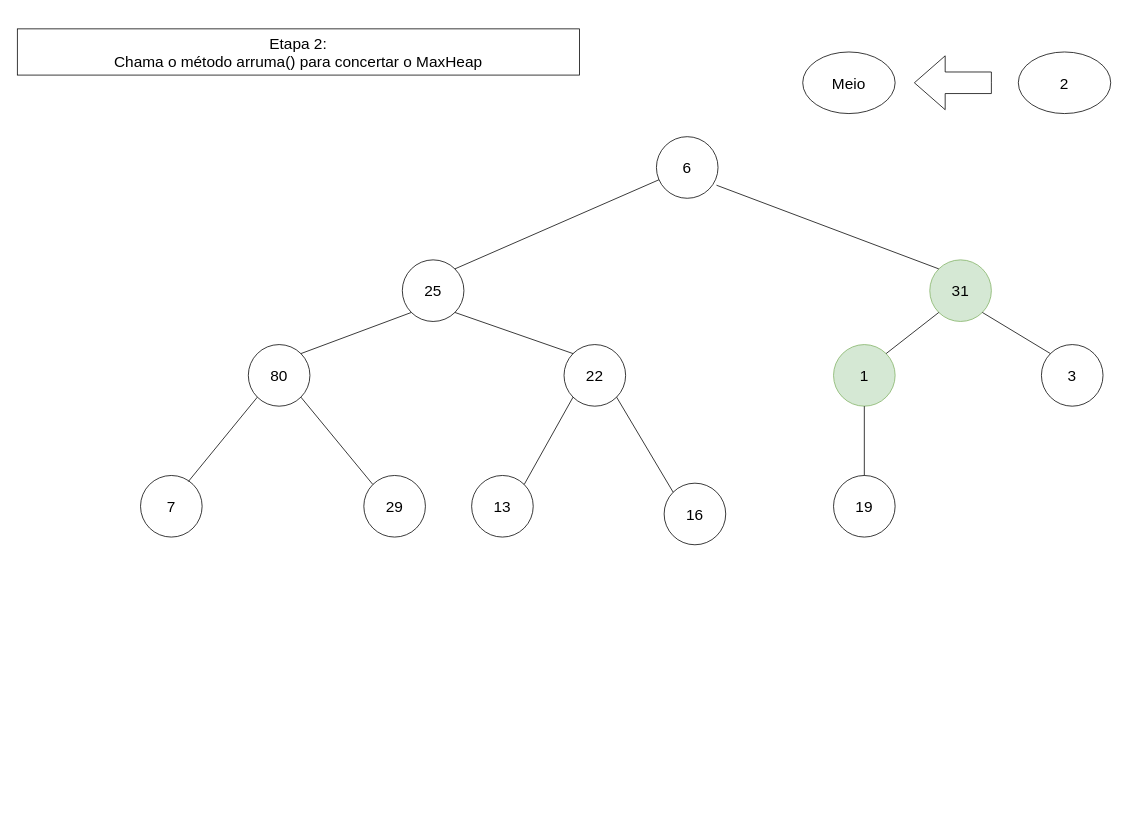
Xang0/Diagramas-de-Estruturas-de-Dado keeps this draw.io diagram as page "Etapa 10" (11 of 21) of Diagrama_Heap.drawio. Above is the earlier version. Source tidied: cells renumbered, new cells numbered last; positions are measured from the earlier drawing's top-left corner, leaving out a move shared by most shapes. Both pictures are drawn from the tidied source at 77%, with x=0, y=0 at pixel (17, 28).
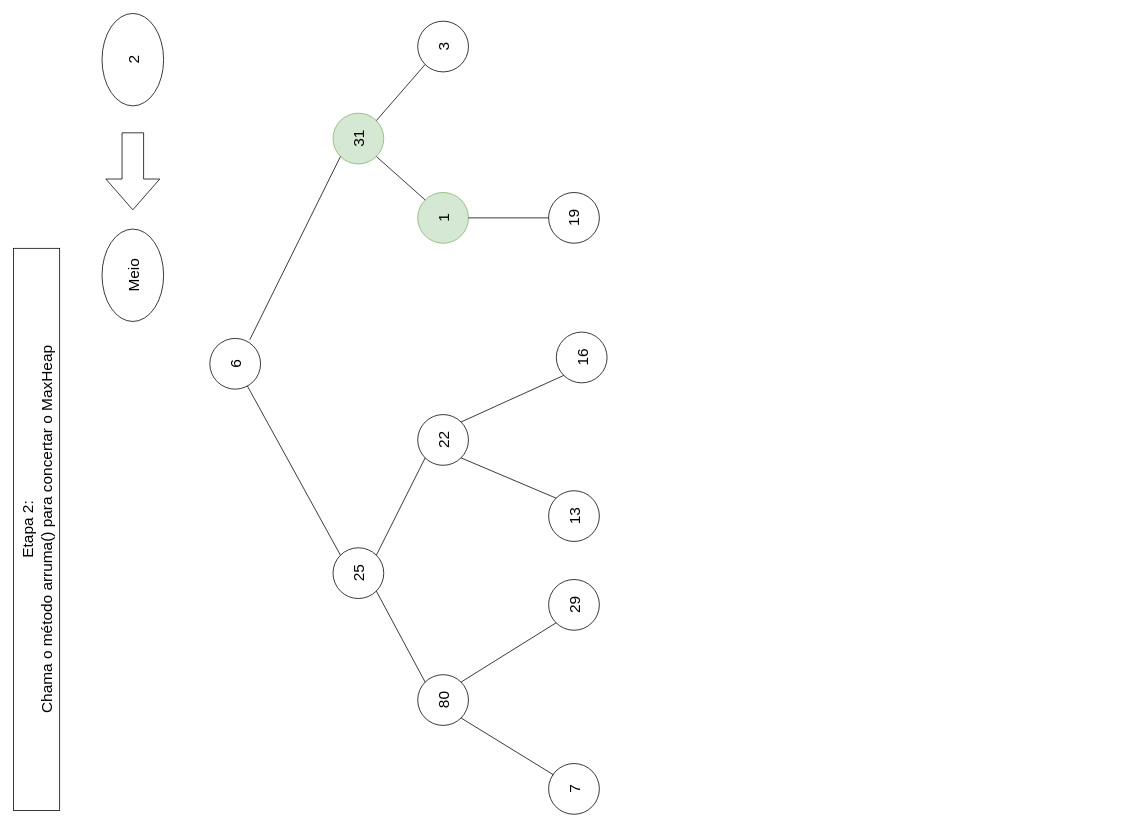
Above is the later version.

Change to the diagram source:
```diff
@@
+    <mxCell id="25" value="&lt;font style=&quot;font-size: 20px;&quot;&gt;Etapa 2:&lt;br&gt;Chama o método arruma() para concertar o MaxHeap&lt;br&gt;&lt;/font&gt;" style="rounded=0;whiteSpace=wrap;html=1;rotation=-90;" parent="1" vertex="1">
+      <mxGeometry x="-340" y="620" width="730" height="60" as="geometry" />
+    </mxCell>
+    <mxCell id="26" value="&lt;font style=&quot;font-size: 20px;&quot;&gt;Meio&lt;/font&gt;" style="ellipse;whiteSpace=wrap;html=1;rotation=-90;" parent="1" vertex="1">
+      <mxGeometry x="90" y="280" width="120" height="80" as="geometry" />
+    </mxCell>
+    <mxCell id="27" style="html=1;shadow=0;dashed=0;align=center;verticalAlign=middle;shape=mxgraph.arrows2.arrow;dy=0.6;dx=40;flipH=1;notch=0;rotation=-90;" parent="1" vertex="1">
+      <mxGeometry x="100" y="150" width="100" height="70" as="geometry" />
+    </mxCell>
+    <mxCell id="28" value="&lt;font style=&quot;font-size: 20px;&quot;&gt;2&lt;/font&gt;" style="ellipse;whiteSpace=wrap;html=1;rotation=-90;" parent="1" vertex="1">
+      <mxGeometry x="90" width="120" height="80" as="geometry" />
+    </mxCell>
+    <mxCell id="29" style="group;" parent="1" vertex="1">
+      <mxGeometry x="250" y="-10" width="530" height="1030" as="geometry" />
+    </mxCell>
-    <mxCell id="2" value="&lt;font style=&quot;font-size: 20px;&quot;&gt;6&lt;/font&gt;" style="ellipse;whiteSpace=wrap;html=1;" parent="1" vertex="1">
-      <mxGeometry x="830" y="140" width="80" height="80" as="geometry" />
+    <mxCell id="2" value="&lt;font style=&quot;font-size: 20px;&quot;&gt;6&lt;/font&gt;" style="ellipse;whiteSpace=wrap;html=1;rotation=-90;" parent="29" vertex="1">
+      <mxGeometry y="412" width="65.9" height="65.9" as="geometry" />
     </mxCell>
-    <mxCell id="3" value="&lt;font style=&quot;font-size: 20px;&quot;&gt;25&lt;/font&gt;" style="ellipse;whiteSpace=wrap;html=1;" parent="1" vertex="1">
-      <mxGeometry x="500" y="300" width="80" height="80" as="geometry" />
+    <mxCell id="3" value="&lt;font style=&quot;font-size: 20px;&quot;&gt;25&lt;/font&gt;" style="ellipse;whiteSpace=wrap;html=1;rotation=-90;" parent="29" vertex="1">
+      <mxGeometry x="160" y="683.9" width="65.9" height="65.9" as="geometry" />
     </mxCell>
-    <mxCell id="4" value="&lt;font style=&quot;font-size: 20px;&quot;&gt;31&lt;/font&gt;" style="ellipse;whiteSpace=wrap;html=1;fillColor=#d5e8d4;strokeColor=#82b366;" parent="1" vertex="1">
-      <mxGeometry x="1185" y="300" width="80" height="80" as="geometry" />
+    <mxCell id="4" value="&lt;font style=&quot;font-size: 20px;&quot;&gt;31&lt;/font&gt;" style="ellipse;whiteSpace=wrap;html=1;fillColor=#d5e8d4;strokeColor=#82b366;rotation=-90;" parent="29" vertex="1">
+      <mxGeometry x="160" y="119.5" width="65.9" height="65.9" as="geometry" />
     </mxCell>
-    <mxCell id="5" style="endArrow=none;html=1;rounded=0;exitX=1;exitY=0;exitDx=0;exitDy=0;" parent="1" edge="1" source="3" target="2">
+    <mxCell id="5" style="endArrow=none;html=1;rounded=0;exitX=1;exitY=0;exitDx=0;exitDy=0;" parent="29" edge="1" source="3" target="2">
       <mxGeometry relative="1" as="geometry" />
     </mxCell>
-    <mxCell id="6" style="endArrow=none;html=1;rounded=0;entryX=0.975;entryY=0.788;entryDx=0;entryDy=0;entryPerimeter=0;exitX=0;exitY=0;exitDx=0;exitDy=0;" parent="1" edge="1" source="4" target="2">
+    <mxCell id="6" style="endArrow=none;html=1;rounded=0;entryX=0.975;entryY=0.788;entryDx=0;entryDy=0;entryPerimeter=0;exitX=0;exitY=0;exitDx=0;exitDy=0;" parent="29" edge="1" source="4" target="2">
       <mxGeometry relative="1" as="geometry" />
     </mxCell>
-    <mxCell id="7" value="&lt;font style=&quot;font-size: 20px;&quot;&gt;80&lt;/font&gt;" style="ellipse;whiteSpace=wrap;html=1;" parent="1" vertex="1">
-      <mxGeometry x="300" y="410" width="80" height="80" as="geometry" />
+    <mxCell id="7" value="&lt;font style=&quot;font-size: 20px;&quot;&gt;80&lt;/font&gt;" style="ellipse;whiteSpace=wrap;html=1;rotation=-90;" parent="29" vertex="1">
+      <mxGeometry x="270" y="848.7" width="65.9" height="65.9" as="geometry" />
     </mxCell>
-    <mxCell id="8" value="&lt;font style=&quot;font-size: 20px;&quot;&gt;22&lt;/font&gt;" style="ellipse;whiteSpace=wrap;html=1;" parent="1" vertex="1">
-      <mxGeometry x="710" y="410" width="80" height="80" as="geometry" />
+    <mxCell id="8" value="&lt;font style=&quot;font-size: 20px;&quot;&gt;22&lt;/font&gt;" style="ellipse;whiteSpace=wrap;html=1;rotation=-90;" parent="29" vertex="1">
+      <mxGeometry x="270" y="510.9" width="65.9" height="65.9" as="geometry" />
     </mxCell>
-    <mxCell id="9" style="endArrow=none;html=1;rounded=0;entryX=0;entryY=1;entryDx=0;entryDy=0;exitX=1;exitY=0;exitDx=0;exitDy=0;" parent="1" edge="1" source="7" target="3">
+    <mxCell id="9" style="endArrow=none;html=1;rounded=0;entryX=0;entryY=1;entryDx=0;entryDy=0;exitX=1;exitY=0;exitDx=0;exitDy=0;" parent="29" edge="1" source="7" target="3">
       <mxGeometry relative="1" as="geometry" />
     </mxCell>
-    <mxCell id="10" style="endArrow=none;html=1;rounded=0;entryX=1;entryY=1;entryDx=0;entryDy=0;exitX=0;exitY=0;exitDx=0;exitDy=0;" parent="1" edge="1" source="8" target="3">
+    <mxCell id="10" style="endArrow=none;html=1;rounded=0;entryX=1;entryY=1;entryDx=0;entryDy=0;exitX=0;exitY=0;exitDx=0;exitDy=0;" parent="29" edge="1" source="8" target="3">
       <mxGeometry relative="1" as="geometry" />
     </mxCell>
-    <mxCell id="11" value="&lt;font style=&quot;font-size: 20px;&quot;&gt;16&lt;/font&gt;" style="ellipse;whiteSpace=wrap;html=1;" parent="1" vertex="1">
-      <mxGeometry x="840" y="590" width="80" height="80" as="geometry" />
+    <mxCell id="11" value="&lt;font style=&quot;font-size: 20px;&quot;&gt;16&lt;/font&gt;" style="ellipse;whiteSpace=wrap;html=1;rotation=-90;" parent="29" vertex="1">
+      <mxGeometry x="450" y="403.8" width="65.9" height="65.9" as="geometry" />
     </mxCell>
-    <mxCell id="12" value="&lt;font style=&quot;font-size: 20px;&quot;&gt;13&lt;/font&gt;" style="ellipse;whiteSpace=wrap;html=1;" parent="1" vertex="1">
-      <mxGeometry x="590" y="580" width="80" height="80" as="geometry" />
+    <mxCell id="12" value="&lt;font style=&quot;font-size: 20px;&quot;&gt;13&lt;/font&gt;" style="ellipse;whiteSpace=wrap;html=1;rotation=-90;" parent="29" vertex="1">
+      <mxGeometry x="440" y="609.8" width="65.9" height="65.9" as="geometry" />
     </mxCell>
-    <mxCell id="13" style="endArrow=none;html=1;rounded=0;entryX=1;entryY=1;entryDx=0;entryDy=0;exitX=0;exitY=0;exitDx=0;exitDy=0;" parent="1" edge="1" source="11" target="8">
+    <mxCell id="13" style="endArrow=none;html=1;rounded=0;entryX=1;entryY=1;entryDx=0;entryDy=0;exitX=0;exitY=0;exitDx=0;exitDy=0;" parent="29" edge="1" source="11" target="8">
       <mxGeometry relative="1" as="geometry" />
     </mxCell>
-    <mxCell id="14" style="endArrow=none;html=1;rounded=0;entryX=0;entryY=1;entryDx=0;entryDy=0;exitX=1;exitY=0;exitDx=0;exitDy=0;" parent="1" edge="1" source="12" target="8">
+    <mxCell id="14" style="endArrow=none;html=1;rounded=0;entryX=0;entryY=1;entryDx=0;entryDy=0;exitX=1;exitY=0;exitDx=0;exitDy=0;" parent="29" edge="1" source="12" target="8">
       <mxGeometry relative="1" as="geometry" />
     </mxCell>
-    <mxCell id="15" value="&lt;font style=&quot;font-size: 20px;&quot;&gt;29&lt;/font&gt;" style="ellipse;whiteSpace=wrap;html=1;" parent="1" vertex="1">
-      <mxGeometry x="450" y="580" width="80" height="80" as="geometry" />
+    <mxCell id="15" value="&lt;font style=&quot;font-size: 20px;&quot;&gt;29&lt;/font&gt;" style="ellipse;whiteSpace=wrap;html=1;rotation=-90;" parent="29" vertex="1">
+      <mxGeometry x="440" y="725.1" width="65.9" height="65.9" as="geometry" />
     </mxCell>
-    <mxCell id="16" value="&lt;font style=&quot;font-size: 20px;&quot;&gt;7&lt;/font&gt;" style="ellipse;whiteSpace=wrap;html=1;" parent="1" vertex="1">
-      <mxGeometry x="160" y="580" width="80" height="80" as="geometry" />
+    <mxCell id="16" value="&lt;font style=&quot;font-size: 20px;&quot;&gt;7&lt;/font&gt;" style="ellipse;whiteSpace=wrap;html=1;rotation=-90;" parent="29" vertex="1">
+      <mxGeometry x="440" y="964.1" width="65.9" height="65.9" as="geometry" />
     </mxCell>
-    <mxCell id="17" style="endArrow=none;html=1;rounded=0;entryX=1;entryY=1;entryDx=0;entryDy=0;exitX=0;exitY=0;exitDx=0;exitDy=0;" parent="1" edge="1" source="15" target="7">
+    <mxCell id="17" style="endArrow=none;html=1;rounded=0;entryX=1;entryY=1;entryDx=0;entryDy=0;exitX=0;exitY=0;exitDx=0;exitDy=0;" parent="29" edge="1" source="15" target="7">
       <mxGeometry relative="1" as="geometry" />
     </mxCell>
-    <mxCell id="18" style="endArrow=none;html=1;rounded=0;entryX=0;entryY=1;entryDx=0;entryDy=0;exitX=0.775;exitY=0.1;exitDx=0;exitDy=0;exitPerimeter=0;" parent="1" edge="1" source="16" target="7">
+    <mxCell id="18" style="endArrow=none;html=1;rounded=0;entryX=0;entryY=1;entryDx=0;entryDy=0;exitX=0.775;exitY=0.1;exitDx=0;exitDy=0;exitPerimeter=0;" parent="29" edge="1" source="16" target="7">
       <mxGeometry relative="1" as="geometry" />
     </mxCell>
-    <mxCell id="19" value="&lt;font style=&quot;font-size: 20px;&quot;&gt;1&lt;/font&gt;" style="ellipse;whiteSpace=wrap;html=1;fillColor=#d5e8d4;strokeColor=#82b366;" parent="1" vertex="1">
-      <mxGeometry x="1060" y="410" width="80" height="80" as="geometry" />
+    <mxCell id="19" value="&lt;font style=&quot;font-size: 20px;&quot;&gt;1&lt;/font&gt;" style="ellipse;whiteSpace=wrap;html=1;fillColor=#d5e8d4;strokeColor=#82b366;rotation=-90;" parent="29" vertex="1">
+      <mxGeometry x="270" y="222.5" width="65.9" height="65.9" as="geometry" />
     </mxCell>
-    <mxCell id="20" value="&lt;font style=&quot;font-size: 20px;&quot;&gt;3&lt;/font&gt;" style="ellipse;whiteSpace=wrap;html=1;" parent="1" vertex="1">
-      <mxGeometry x="1330" y="410" width="80" height="80" as="geometry" />
+    <mxCell id="20" value="&lt;font style=&quot;font-size: 20px;&quot;&gt;3&lt;/font&gt;" style="ellipse;whiteSpace=wrap;html=1;rotation=-90;" parent="29" vertex="1">
+      <mxGeometry x="270" width="65.9" height="65.9" as="geometry" />
     </mxCell>
-    <mxCell id="21" style="endArrow=none;html=1;rounded=0;entryX=0;entryY=1;entryDx=0;entryDy=0;exitX=1;exitY=0;exitDx=0;exitDy=0;" parent="1" edge="1" source="19" target="4">
+    <mxCell id="21" style="endArrow=none;html=1;rounded=0;entryX=0;entryY=1;entryDx=0;entryDy=0;exitX=1;exitY=0;exitDx=0;exitDy=0;" parent="29" edge="1" source="19" target="4">
       <mxGeometry relative="1" as="geometry" />
     </mxCell>
-    <mxCell id="22" style="endArrow=none;html=1;rounded=0;entryX=1;entryY=1;entryDx=0;entryDy=0;exitX=0;exitY=0;exitDx=0;exitDy=0;" parent="1" edge="1" source="20" target="4">
+    <mxCell id="22" style="endArrow=none;html=1;rounded=0;entryX=1;entryY=1;entryDx=0;entryDy=0;exitX=0;exitY=0;exitDx=0;exitDy=0;" parent="29" edge="1" source="20" target="4">
       <mxGeometry relative="1" as="geometry" />
     </mxCell>
-    <mxCell id="23" value="&lt;font style=&quot;font-size: 20px;&quot;&gt;19&lt;/font&gt;" style="ellipse;whiteSpace=wrap;html=1;" parent="1" vertex="1">
-      <mxGeometry x="1060" y="580" width="80" height="80" as="geometry" />
+    <mxCell id="23" value="&lt;font style=&quot;font-size: 20px;&quot;&gt;19&lt;/font&gt;" style="ellipse;whiteSpace=wrap;html=1;rotation=-90;" parent="29" vertex="1">
+      <mxGeometry x="440" y="222.5" width="65.9" height="65.9" as="geometry" />
     </mxCell>
-    <mxCell id="24" style="endArrow=none;html=1;rounded=0;entryX=0.5;entryY=1;entryDx=0;entryDy=0;exitX=0.5;exitY=0;exitDx=0;exitDy=0;" parent="1" edge="1" source="23" target="19">
+    <mxCell id="24" style="endArrow=none;html=1;rounded=0;entryX=0.5;entryY=1;entryDx=0;entryDy=0;exitX=0.5;exitY=0;exitDx=0;exitDy=0;" parent="29" edge="1" source="23" target="19">
       <mxGeometry relative="1" as="geometry" />
     </mxCell>
-    <mxCell id="25" value="&lt;font style=&quot;font-size: 20px;&quot;&gt;Etapa 2:&lt;br&gt;Chama o método arruma() para concertar o MaxHeap&lt;br&gt;&lt;/font&gt;" style="rounded=0;whiteSpace=wrap;html=1;" parent="1" vertex="1">
-      <mxGeometry width="730" height="60" as="geometry" />
-    </mxCell>
-    <mxCell id="26" value="&lt;font style=&quot;font-size: 20px;&quot;&gt;Meio&lt;/font&gt;" style="ellipse;whiteSpace=wrap;html=1;" parent="1" vertex="1">
-      <mxGeometry x="1020" y="30" width="120" height="80" as="geometry" />
-    </mxCell>
-    <mxCell id="27" style="html=1;shadow=0;dashed=0;align=center;verticalAlign=middle;shape=mxgraph.arrows2.arrow;dy=0.6;dx=40;flipH=1;notch=0;" parent="1" vertex="1">
-      <mxGeometry x="1165" y="35" width="100" height="70" as="geometry" />
-    </mxCell>
-    <mxCell id="28" value="&lt;font style=&quot;font-size: 20px;&quot;&gt;2&lt;/font&gt;" style="ellipse;whiteSpace=wrap;html=1;" parent="1" vertex="1">
-      <mxGeometry x="1300" y="30" width="120" height="80" as="geometry" />
-    </mxCell>
```
